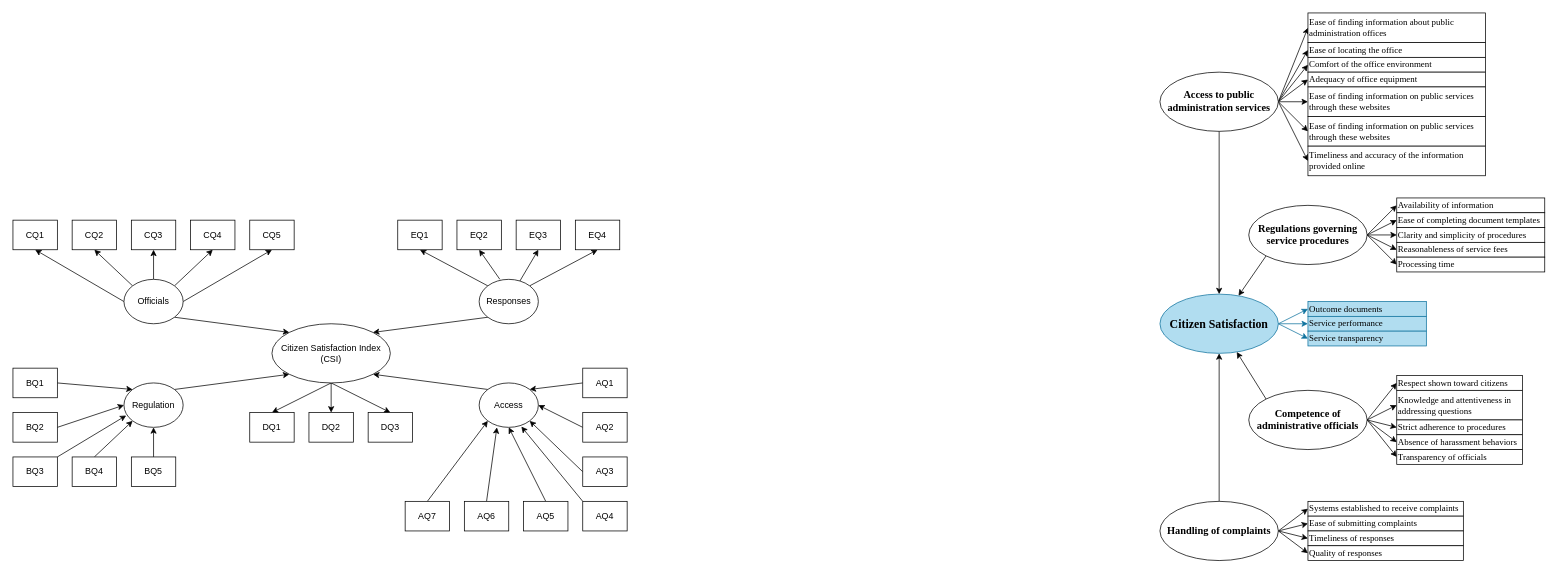
Before: r2.drawio in hnks-gh/draw.io, a draw.io diagram. Source tidied: cells renumbered, new cells numbered last; positions are measured from the earlier drawing's top-left corner, leaving out a move shared by most shapes. Both pictures are drawn from the tidied source at 74%, with x=0, y=0 at pixel (13, 13).
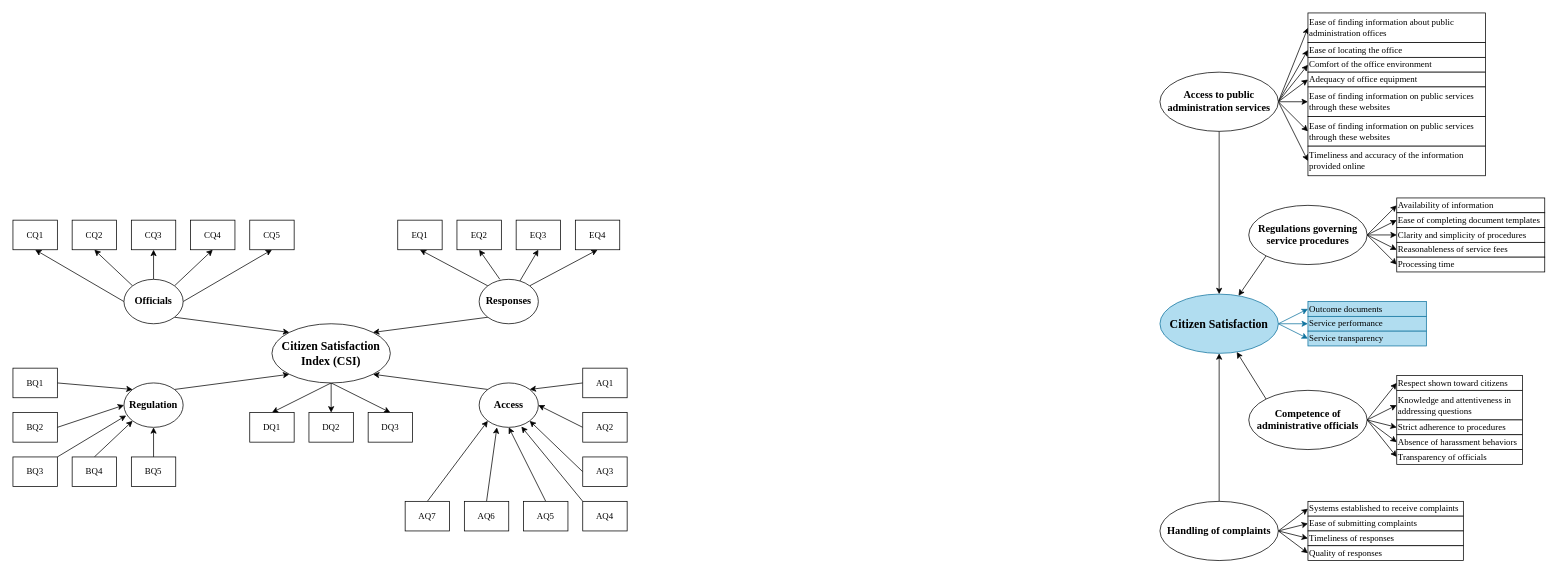
The same page after the edit.

Diff of the diagram source:
```diff
@@
-    <mxCell id="2" style="rounded=0;jettySize=auto;html=1;exitX=0.5;exitY=1;exitDx=0;exitDy=0;entryX=0.5;entryY=0;entryDx=0;entryDy=0;" parent="1" edge="1" source="5" target="23">
+    <mxCell id="2" style="rounded=0;jettySize=auto;html=1;exitX=0.5;exitY=1;exitDx=0;exitDy=0;entryX=0.5;entryY=0;entryDx=0;entryDy=0;fontFamily=Times New Roman;" parent="1" edge="1" source="5" target="23">
       <mxGeometry relative="1" as="geometry" />
     </mxCell>
-    <mxCell id="3" style="rounded=0;jettySize=auto;html=1;exitX=0.5;exitY=1;exitDx=0;exitDy=0;entryX=0.5;entryY=0;entryDx=0;entryDy=0;" parent="1" edge="1" source="5" target="24">
+    <mxCell id="3" style="rounded=0;jettySize=auto;html=1;exitX=0.5;exitY=1;exitDx=0;exitDy=0;entryX=0.5;entryY=0;entryDx=0;entryDy=0;fontFamily=Times New Roman;" parent="1" edge="1" source="5" target="24">
       <mxGeometry relative="1" as="geometry" />
     </mxCell>
-    <mxCell id="4" style="rounded=0;jettySize=auto;html=1;exitX=0.5;exitY=1;exitDx=0;exitDy=0;entryX=0.5;entryY=0;entryDx=0;entryDy=0;" parent="1" edge="1" source="5" target="25">
+    <mxCell id="4" style="rounded=0;jettySize=auto;html=1;exitX=0.5;exitY=1;exitDx=0;exitDy=0;entryX=0.5;entryY=0;entryDx=0;entryDy=0;fontFamily=Times New Roman;" parent="1" edge="1" source="5" target="25">
       <mxGeometry relative="1" as="geometry" />
     </mxCell>
-    <mxCell id="5" value="Citizen Satisfaction Index (CSI)" style="ellipse;whiteSpace=wrap;html=1;" parent="1" vertex="1">
+    <mxCell id="5" value="Citizen Satisfaction Index (CSI)" style="ellipse;whiteSpace=wrap;html=1;fontFamily=Times New Roman;fontStyle=1;fontSize=16;" parent="1" vertex="1">
       <mxGeometry x="350" y="420" width="160" height="80" as="geometry" />
     </mxCell>
-    <mxCell id="6" style="rounded=0;jettySize=auto;html=1;exitX=0;exitY=1;exitDx=0;exitDy=0;entryX=1;entryY=0;entryDx=0;entryDy=0;" parent="1" edge="1" source="11" target="5">
+    <mxCell id="6" style="rounded=0;jettySize=auto;html=1;exitX=0;exitY=1;exitDx=0;exitDy=0;entryX=1;entryY=0;entryDx=0;entryDy=0;fontFamily=Times New Roman;" parent="1" edge="1" source="11" target="5">
       <mxGeometry relative="1" as="geometry" />
     </mxCell>
-    <mxCell id="7" style="rounded=0;jettySize=auto;html=1;exitX=0;exitY=0;exitDx=0;exitDy=0;entryX=0.5;entryY=1;entryDx=0;entryDy=0;" parent="1" edge="1" source="11" target="31">
+    <mxCell id="7" style="rounded=0;jettySize=auto;html=1;exitX=0;exitY=0;exitDx=0;exitDy=0;entryX=0.5;entryY=1;entryDx=0;entryDy=0;fontFamily=Times New Roman;" parent="1" edge="1" source="11" target="31">
       <mxGeometry relative="1" as="geometry" />
     </mxCell>
-    <mxCell id="8" style="rounded=0;jettySize=auto;html=1;exitX=0.35;exitY=0;exitDx=0;exitDy=0;entryX=0.5;entryY=1;entryDx=0;entryDy=0;exitPerimeter=0;" parent="1" edge="1" source="11" target="32">
+    <mxCell id="8" style="rounded=0;jettySize=auto;html=1;exitX=0.35;exitY=0;exitDx=0;exitDy=0;entryX=0.5;entryY=1;entryDx=0;entryDy=0;exitPerimeter=0;fontFamily=Times New Roman;" parent="1" edge="1" source="11" target="32">
       <mxGeometry relative="1" as="geometry" />
     </mxCell>
-    <mxCell id="9" style="rounded=0;jettySize=auto;html=1;exitX=0.675;exitY=0.067;exitDx=0;exitDy=0;entryX=0.5;entryY=1;entryDx=0;entryDy=0;exitPerimeter=0;" parent="1" edge="1" source="11" target="33">
+    <mxCell id="9" style="rounded=0;jettySize=auto;html=1;exitX=0.675;exitY=0.067;exitDx=0;exitDy=0;entryX=0.5;entryY=1;entryDx=0;entryDy=0;exitPerimeter=0;fontFamily=Times New Roman;" parent="1" edge="1" source="11" target="33">
       <mxGeometry relative="1" as="geometry" />
     </mxCell>
-    <mxCell id="10" style="rounded=0;jettySize=auto;html=1;exitX=1;exitY=0;exitDx=0;exitDy=0;entryX=0.5;entryY=1;entryDx=0;entryDy=0;" parent="1" edge="1" source="11" target="34">
+    <mxCell id="10" style="rounded=0;jettySize=auto;html=1;exitX=1;exitY=0;exitDx=0;exitDy=0;entryX=0.5;entryY=1;entryDx=0;entryDy=0;fontFamily=Times New Roman;" parent="1" edge="1" source="11" target="34">
       <mxGeometry relative="1" as="geometry" />
     </mxCell>
-    <mxCell id="11" value="Responses" style="ellipse;whiteSpace=wrap;html=1;" parent="1" vertex="1">
+    <mxCell id="11" value="Responses" style="ellipse;whiteSpace=wrap;html=1;fontFamily=Times New Roman;fontStyle=1;fontSize=14;" parent="1" vertex="1">
       <mxGeometry x="630" y="360" width="80" height="60" as="geometry" />
     </mxCell>
-    <mxCell id="12" style="rounded=0;jettySize=auto;html=1;exitX=0;exitY=0;exitDx=0;exitDy=0;entryX=1;entryY=1;entryDx=0;entryDy=0;" parent="1" edge="1" source="13" target="5">
+    <mxCell id="12" style="rounded=0;jettySize=auto;html=1;exitX=0;exitY=0;exitDx=0;exitDy=0;entryX=1;entryY=1;entryDx=0;entryDy=0;fontFamily=Times New Roman;" parent="1" edge="1" source="13" target="5">
       <mxGeometry relative="1" as="geometry" />
     </mxCell>
-    <mxCell id="13" value="Access" style="ellipse;whiteSpace=wrap;html=1;" parent="1" vertex="1">
+    <mxCell id="13" value="Access" style="ellipse;whiteSpace=wrap;html=1;fontFamily=Times New Roman;fontStyle=1;fontSize=14;" parent="1" vertex="1">
       <mxGeometry x="630" y="500" width="80" height="60" as="geometry" />
     </mxCell>
-    <mxCell id="14" style="rounded=0;jettySize=auto;html=1;exitX=1;exitY=0;exitDx=0;exitDy=0;entryX=0;entryY=1;entryDx=0;entryDy=0;" parent="1" edge="1" source="15" target="5">
+    <mxCell id="14" style="rounded=0;jettySize=auto;html=1;exitX=1;exitY=0;exitDx=0;exitDy=0;entryX=0;entryY=1;entryDx=0;entryDy=0;fontFamily=Times New Roman;" parent="1" edge="1" source="15" target="5">
       <mxGeometry relative="1" as="geometry" />
     </mxCell>
-    <mxCell id="15" value="Regulation" style="ellipse;whiteSpace=wrap;html=1;" parent="1" vertex="1">
+    <mxCell id="15" value="Regulation" style="ellipse;whiteSpace=wrap;html=1;fontFamily=Times New Roman;fontStyle=1;fontSize=14;" parent="1" vertex="1">
       <mxGeometry x="150" y="500" width="80" height="60" as="geometry" />
     </mxCell>
-    <mxCell id="16" style="rounded=0;jettySize=auto;html=1;exitX=1;exitY=1;exitDx=0;exitDy=0;entryX=0;entryY=0;entryDx=0;entryDy=0;" parent="1" edge="1" source="22" target="5">
+    <mxCell id="16" style="rounded=0;jettySize=auto;html=1;exitX=1;exitY=1;exitDx=0;exitDy=0;entryX=0;entryY=0;entryDx=0;entryDy=0;fontFamily=Times New Roman;" parent="1" edge="1" source="22" target="5">
       <mxGeometry relative="1" as="geometry" />
     </mxCell>
-    <mxCell id="17" style="rounded=0;jettySize=auto;html=1;exitX=0;exitY=0.5;exitDx=0;exitDy=0;entryX=0.5;entryY=1;entryDx=0;entryDy=0;" parent="1" edge="1" source="22" target="26">
+    <mxCell id="17" style="rounded=0;jettySize=auto;html=1;exitX=0;exitY=0.5;exitDx=0;exitDy=0;entryX=0.5;entryY=1;entryDx=0;entryDy=0;fontFamily=Times New Roman;" parent="1" edge="1" source="22" target="26">
       <mxGeometry relative="1" as="geometry" />
     </mxCell>
-    <mxCell id="18" style="rounded=0;jettySize=auto;html=1;exitX=0;exitY=0;exitDx=0;exitDy=0;entryX=0.5;entryY=1;entryDx=0;entryDy=0;" parent="1" edge="1" source="22" target="27">
+    <mxCell id="18" style="rounded=0;jettySize=auto;html=1;exitX=0;exitY=0;exitDx=0;exitDy=0;entryX=0.5;entryY=1;entryDx=0;entryDy=0;fontFamily=Times New Roman;" parent="1" edge="1" source="22" target="27">
       <mxGeometry relative="1" as="geometry" />
     </mxCell>
-    <mxCell id="19" style="rounded=0;jettySize=auto;html=1;exitX=0.5;exitY=0;exitDx=0;exitDy=0;entryX=0.5;entryY=1;entryDx=0;entryDy=0;" parent="1" edge="1" source="22" target="28">
+    <mxCell id="19" style="rounded=0;jettySize=auto;html=1;exitX=0.5;exitY=0;exitDx=0;exitDy=0;entryX=0.5;entryY=1;entryDx=0;entryDy=0;fontFamily=Times New Roman;" parent="1" edge="1" source="22" target="28">
       <mxGeometry relative="1" as="geometry" />
     </mxCell>
-    <mxCell id="20" style="rounded=0;jettySize=auto;html=1;exitX=1;exitY=0;exitDx=0;exitDy=0;entryX=0.5;entryY=1;entryDx=0;entryDy=0;" parent="1" edge="1" source="22" target="29">
+    <mxCell id="20" style="rounded=0;jettySize=auto;html=1;exitX=1;exitY=0;exitDx=0;exitDy=0;entryX=0.5;entryY=1;entryDx=0;entryDy=0;fontFamily=Times New Roman;" parent="1" edge="1" source="22" target="29">
       <mxGeometry relative="1" as="geometry" />
     </mxCell>
-    <mxCell id="21" style="rounded=0;jettySize=auto;html=1;exitX=1;exitY=0.5;exitDx=0;exitDy=0;entryX=0.5;entryY=1;entryDx=0;entryDy=0;" parent="1" edge="1" source="22" target="30">
+    <mxCell id="21" style="rounded=0;jettySize=auto;html=1;exitX=1;exitY=0.5;exitDx=0;exitDy=0;entryX=0.5;entryY=1;entryDx=0;entryDy=0;fontFamily=Times New Roman;" parent="1" edge="1" source="22" target="30">
       <mxGeometry relative="1" as="geometry" />
     </mxCell>
-    <mxCell id="22" value="Officials" style="ellipse;whiteSpace=wrap;html=1;" parent="1" vertex="1">
+    <mxCell id="22" value="Officials" style="ellipse;whiteSpace=wrap;html=1;fontFamily=Times New Roman;fontStyle=1;fontSize=14;" parent="1" vertex="1">
       <mxGeometry x="150" y="360" width="80" height="60" as="geometry" />
     </mxCell>
-    <mxCell id="23" value="DQ1" style="rounded=0;whiteSpace=wrap;html=1;" parent="1" vertex="1">
+    <mxCell id="23" value="DQ1" style="rounded=0;whiteSpace=wrap;html=1;fontFamily=Times New Roman;" parent="1" vertex="1">
       <mxGeometry x="320" y="540" width="60" height="40" as="geometry" />
     </mxCell>
-    <mxCell id="24" value="DQ2" style="rounded=0;whiteSpace=wrap;html=1;" parent="1" vertex="1">
+    <mxCell id="24" value="DQ2" style="rounded=0;whiteSpace=wrap;html=1;fontFamily=Times New Roman;" parent="1" vertex="1">
       <mxGeometry x="400" y="540" width="60" height="40" as="geometry" />
     </mxCell>
-    <mxCell id="25" value="DQ3" style="rounded=0;whiteSpace=wrap;html=1;" parent="1" vertex="1">
+    <mxCell id="25" value="DQ3" style="rounded=0;whiteSpace=wrap;html=1;fontFamily=Times New Roman;" parent="1" vertex="1">
       <mxGeometry x="480" y="540" width="60" height="40" as="geometry" />
     </mxCell>
-    <mxCell id="26" value="CQ1" style="rounded=0;whiteSpace=wrap;html=1;" parent="1" vertex="1">
+    <mxCell id="26" value="CQ1" style="rounded=0;whiteSpace=wrap;html=1;fontFamily=Times New Roman;" parent="1" vertex="1">
       <mxGeometry y="280" width="60" height="40" as="geometry" />
     </mxCell>
-    <mxCell id="27" value="CQ2" style="rounded=0;whiteSpace=wrap;html=1;" parent="1" vertex="1">
+    <mxCell id="27" value="CQ2" style="rounded=0;whiteSpace=wrap;html=1;fontFamily=Times New Roman;" parent="1" vertex="1">
       <mxGeometry x="80" y="280" width="60" height="40" as="geometry" />
     </mxCell>
-    <mxCell id="28" value="CQ3" style="rounded=0;whiteSpace=wrap;html=1;" parent="1" vertex="1">
+    <mxCell id="28" value="CQ3" style="rounded=0;whiteSpace=wrap;html=1;fontFamily=Times New Roman;" parent="1" vertex="1">
       <mxGeometry x="160" y="280" width="60" height="40" as="geometry" />
     </mxCell>
-    <mxCell id="29" value="CQ4" style="rounded=0;whiteSpace=wrap;html=1;" parent="1" vertex="1">
+    <mxCell id="29" value="CQ4" style="rounded=0;whiteSpace=wrap;html=1;fontFamily=Times New Roman;" parent="1" vertex="1">
       <mxGeometry x="240" y="280" width="60" height="40" as="geometry" />
     </mxCell>
-    <mxCell id="30" value="CQ5" style="rounded=0;whiteSpace=wrap;html=1;" parent="1" vertex="1">
+    <mxCell id="30" value="CQ5" style="rounded=0;whiteSpace=wrap;html=1;fontFamily=Times New Roman;" parent="1" vertex="1">
       <mxGeometry x="320" y="280" width="60" height="40" as="geometry" />
     </mxCell>
-    <mxCell id="31" value="EQ1" style="rounded=0;whiteSpace=wrap;html=1;" parent="1" vertex="1">
+    <mxCell id="31" value="EQ1" style="rounded=0;whiteSpace=wrap;html=1;fontFamily=Times New Roman;" parent="1" vertex="1">
       <mxGeometry x="520" y="280" width="60" height="40" as="geometry" />
     </mxCell>
-    <mxCell id="32" value="EQ2" style="rounded=0;whiteSpace=wrap;html=1;" parent="1" vertex="1">
+    <mxCell id="32" value="EQ2" style="rounded=0;whiteSpace=wrap;html=1;fontFamily=Times New Roman;" parent="1" vertex="1">
       <mxGeometry x="600" y="280" width="60" height="40" as="geometry" />
     </mxCell>
-    <mxCell id="33" value="EQ3" style="rounded=0;whiteSpace=wrap;html=1;" parent="1" vertex="1">
+    <mxCell id="33" value="EQ3" style="rounded=0;whiteSpace=wrap;html=1;fontFamily=Times New Roman;" parent="1" vertex="1">
       <mxGeometry x="680" y="280" width="60" height="40" as="geometry" />
     </mxCell>
-    <mxCell id="34" value="EQ4" style="rounded=0;whiteSpace=wrap;html=1;" parent="1" vertex="1">
+    <mxCell id="34" value="EQ4" style="rounded=0;whiteSpace=wrap;html=1;fontFamily=Times New Roman;" parent="1" vertex="1">
       <mxGeometry x="760" y="280" width="60" height="40" as="geometry" />
     </mxCell>
-    <mxCell id="35" style="rounded=0;jettySize=auto;html=1;exitX=1;exitY=0.5;exitDx=0;exitDy=0;entryX=0;entryY=0;entryDx=0;entryDy=0;" parent="1" edge="1" source="36" target="15">
+    <mxCell id="35" style="rounded=0;jettySize=auto;html=1;exitX=1;exitY=0.5;exitDx=0;exitDy=0;entryX=0;entryY=0;entryDx=0;entryDy=0;fontFamily=Times New Roman;" parent="1" edge="1" source="36" target="15">
       <mxGeometry relative="1" as="geometry" />
     </mxCell>
-    <mxCell id="36" value="BQ1" style="rounded=0;whiteSpace=wrap;html=1;" parent="1" vertex="1">
+    <mxCell id="36" value="BQ1" style="rounded=0;whiteSpace=wrap;html=1;fontFamily=Times New Roman;" parent="1" vertex="1">
       <mxGeometry y="480" width="60" height="40" as="geometry" />
     </mxCell>
-    <mxCell id="37" style="rounded=0;jettySize=auto;html=1;exitX=1;exitY=0.5;exitDx=0;exitDy=0;entryX=0;entryY=0.5;entryDx=0;entryDy=0;" parent="1" edge="1" source="38" target="15">
+    <mxCell id="37" style="rounded=0;jettySize=auto;html=1;exitX=1;exitY=0.5;exitDx=0;exitDy=0;entryX=0;entryY=0.5;entryDx=0;entryDy=0;fontFamily=Times New Roman;" parent="1" edge="1" source="38" target="15">
       <mxGeometry relative="1" as="geometry" />
     </mxCell>
-    <mxCell id="38" value="BQ2" style="rounded=0;whiteSpace=wrap;html=1;" parent="1" vertex="1">
+    <mxCell id="38" value="BQ2" style="rounded=0;whiteSpace=wrap;html=1;fontFamily=Times New Roman;" parent="1" vertex="1">
       <mxGeometry y="540" width="60" height="40" as="geometry" />
     </mxCell>
-    <mxCell id="39" style="rounded=0;jettySize=auto;html=1;exitX=1;exitY=0;exitDx=0;exitDy=0;entryX=0.038;entryY=0.733;entryDx=0;entryDy=0;entryPerimeter=0;" parent="1" edge="1" source="40" target="15">
+    <mxCell id="39" style="rounded=0;jettySize=auto;html=1;exitX=1;exitY=0;exitDx=0;exitDy=0;entryX=0.038;entryY=0.733;entryDx=0;entryDy=0;entryPerimeter=0;fontFamily=Times New Roman;" parent="1" edge="1" source="40" target="15">
       <mxGeometry relative="1" as="geometry" />
     </mxCell>
-    <mxCell id="40" value="BQ3" style="rounded=0;whiteSpace=wrap;html=1;" parent="1" vertex="1">
+    <mxCell id="40" value="BQ3" style="rounded=0;whiteSpace=wrap;html=1;fontFamily=Times New Roman;" parent="1" vertex="1">
       <mxGeometry y="600" width="60" height="40" as="geometry" />
     </mxCell>
-    <mxCell id="41" style="rounded=0;jettySize=auto;html=1;exitX=0.5;exitY=0;exitDx=0;exitDy=0;entryX=0;entryY=1;entryDx=0;entryDy=0;" parent="1" edge="1" source="42" target="15">
+    <mxCell id="41" style="rounded=0;jettySize=auto;html=1;exitX=0.5;exitY=0;exitDx=0;exitDy=0;entryX=0;entryY=1;entryDx=0;entryDy=0;fontFamily=Times New Roman;" parent="1" edge="1" source="42" target="15">
       <mxGeometry relative="1" as="geometry" />
     </mxCell>
-    <mxCell id="42" value="BQ4" style="rounded=0;whiteSpace=wrap;html=1;" parent="1" vertex="1">
+    <mxCell id="42" value="BQ4" style="rounded=0;whiteSpace=wrap;html=1;fontFamily=Times New Roman;" parent="1" vertex="1">
       <mxGeometry x="80" y="600" width="60" height="40" as="geometry" />
     </mxCell>
-    <mxCell id="43" style="rounded=0;jettySize=auto;html=1;exitX=0.5;exitY=0;exitDx=0;exitDy=0;entryX=0.5;entryY=1;entryDx=0;entryDy=0;" parent="1" edge="1" source="44" target="15">
+    <mxCell id="43" style="rounded=0;jettySize=auto;html=1;exitX=0.5;exitY=0;exitDx=0;exitDy=0;entryX=0.5;entryY=1;entryDx=0;entryDy=0;fontFamily=Times New Roman;" parent="1" edge="1" source="44" target="15">
       <mxGeometry relative="1" as="geometry" />
     </mxCell>
-    <mxCell id="44" value="BQ5" style="rounded=0;whiteSpace=wrap;html=1;" parent="1" vertex="1">
+    <mxCell id="44" value="BQ5" style="rounded=0;whiteSpace=wrap;html=1;fontFamily=Times New Roman;" parent="1" vertex="1">
       <mxGeometry x="160" y="600" width="60" height="40" as="geometry" />
     </mxCell>
-    <mxCell id="45" style="rounded=0;jettySize=auto;html=1;exitX=0;exitY=0.5;exitDx=0;exitDy=0;entryX=1;entryY=0;entryDx=0;entryDy=0;" parent="1" edge="1" source="46" target="13">
+    <mxCell id="45" style="rounded=0;jettySize=auto;html=1;exitX=0;exitY=0.5;exitDx=0;exitDy=0;entryX=1;entryY=0;entryDx=0;entryDy=0;fontFamily=Times New Roman;" parent="1" edge="1" source="46" target="13">
       <mxGeometry relative="1" as="geometry" />
     </mxCell>
-    <mxCell id="46" value="AQ1" style="rounded=0;whiteSpace=wrap;html=1;" parent="1" vertex="1">
+    <mxCell id="46" value="AQ1" style="rounded=0;whiteSpace=wrap;html=1;fontFamily=Times New Roman;" parent="1" vertex="1">
       <mxGeometry x="770" y="480" width="60" height="40" as="geometry" />
     </mxCell>
-    <mxCell id="47" style="rounded=0;jettySize=auto;html=1;exitX=0;exitY=0.5;exitDx=0;exitDy=0;entryX=1;entryY=0.5;entryDx=0;entryDy=0;" parent="1" edge="1" source="48" target="13">
+    <mxCell id="47" style="rounded=0;jettySize=auto;html=1;exitX=0;exitY=0.5;exitDx=0;exitDy=0;entryX=1;entryY=0.5;entryDx=0;entryDy=0;fontFamily=Times New Roman;" parent="1" edge="1" source="48" target="13">
       <mxGeometry relative="1" as="geometry" />
     </mxCell>
-    <mxCell id="48" value="AQ2" style="rounded=0;whiteSpace=wrap;html=1;" parent="1" vertex="1">
+    <mxCell id="48" value="AQ2" style="rounded=0;whiteSpace=wrap;html=1;fontFamily=Times New Roman;" parent="1" vertex="1">
       <mxGeometry x="770" y="540" width="60" height="40" as="geometry" />
     </mxCell>
-    <mxCell id="49" style="rounded=0;jettySize=auto;html=1;exitX=0;exitY=0.5;exitDx=0;exitDy=0;entryX=1;entryY=1;entryDx=0;entryDy=0;" parent="1" edge="1" source="50" target="13">
+    <mxCell id="49" style="rounded=0;jettySize=auto;html=1;exitX=0;exitY=0.5;exitDx=0;exitDy=0;entryX=1;entryY=1;entryDx=0;entryDy=0;fontFamily=Times New Roman;" parent="1" edge="1" source="50" target="13">
       <mxGeometry relative="1" as="geometry" />
     </mxCell>
-    <mxCell id="50" value="AQ3" style="rounded=0;whiteSpace=wrap;html=1;" parent="1" vertex="1">
+    <mxCell id="50" value="AQ3" style="rounded=0;whiteSpace=wrap;html=1;fontFamily=Times New Roman;" parent="1" vertex="1">
       <mxGeometry x="770" y="600" width="60" height="40" as="geometry" />
     </mxCell>
-    <mxCell id="51" style="rounded=0;jettySize=auto;html=1;exitX=0;exitY=0;exitDx=0;exitDy=0;entryX=0.713;entryY=0.983;entryDx=0;entryDy=0;entryPerimeter=0;" parent="1" edge="1" source="52" target="13">
+    <mxCell id="51" style="rounded=0;jettySize=auto;html=1;exitX=0;exitY=0;exitDx=0;exitDy=0;entryX=0.713;entryY=0.983;entryDx=0;entryDy=0;entryPerimeter=0;fontFamily=Times New Roman;" parent="1" edge="1" source="52" target="13">
       <mxGeometry relative="1" as="geometry" />
     </mxCell>
-    <mxCell id="52" value="AQ4" style="rounded=0;whiteSpace=wrap;html=1;" parent="1" vertex="1">
+    <mxCell id="52" value="AQ4" style="rounded=0;whiteSpace=wrap;html=1;fontFamily=Times New Roman;" parent="1" vertex="1">
       <mxGeometry x="770" y="660" width="60" height="40" as="geometry" />
     </mxCell>
-    <mxCell id="53" style="rounded=0;jettySize=auto;html=1;exitX=0.5;exitY=0;exitDx=0;exitDy=0;entryX=0.5;entryY=1;entryDx=0;entryDy=0;" parent="1" edge="1" source="54" target="13">
+    <mxCell id="53" style="rounded=0;jettySize=auto;html=1;exitX=0.5;exitY=0;exitDx=0;exitDy=0;entryX=0.5;entryY=1;entryDx=0;entryDy=0;fontFamily=Times New Roman;" parent="1" edge="1" source="54" target="13">
       <mxGeometry relative="1" as="geometry" />
     </mxCell>
-    <mxCell id="54" value="AQ5" style="rounded=0;whiteSpace=wrap;html=1;" parent="1" vertex="1">
+    <mxCell id="54" value="AQ5" style="rounded=0;whiteSpace=wrap;html=1;fontFamily=Times New Roman;" parent="1" vertex="1">
       <mxGeometry x="690" y="660" width="60" height="40" as="geometry" />
     </mxCell>
-    <mxCell id="55" style="rounded=0;jettySize=auto;html=1;exitX=0.5;exitY=0;exitDx=0;exitDy=0;entryX=0.3;entryY=1;entryDx=0;entryDy=0;entryPerimeter=0;" parent="1" edge="1" source="56" target="13">
+    <mxCell id="55" style="rounded=0;jettySize=auto;html=1;exitX=0.5;exitY=0;exitDx=0;exitDy=0;entryX=0.3;entryY=1;entryDx=0;entryDy=0;entryPerimeter=0;fontFamily=Times New Roman;" parent="1" edge="1" source="56" target="13">
       <mxGeometry relative="1" as="geometry" />
     </mxCell>
-    <mxCell id="56" value="AQ6" style="rounded=0;whiteSpace=wrap;html=1;" parent="1" vertex="1">
+    <mxCell id="56" value="AQ6" style="rounded=0;whiteSpace=wrap;html=1;fontFamily=Times New Roman;" parent="1" vertex="1">
       <mxGeometry x="610" y="660" width="60" height="40" as="geometry" />
     </mxCell>
-    <mxCell id="57" style="rounded=0;jettySize=auto;html=1;exitX=0.5;exitY=0;exitDx=0;exitDy=0;entryX=0;entryY=1;entryDx=0;entryDy=0;" parent="1" edge="1" source="58" target="13">
+    <mxCell id="57" style="rounded=0;jettySize=auto;html=1;exitX=0.5;exitY=0;exitDx=0;exitDy=0;entryX=0;entryY=1;entryDx=0;entryDy=0;fontFamily=Times New Roman;" parent="1" edge="1" source="58" target="13">
       <mxGeometry relative="1" as="geometry" />
     </mxCell>
-    <mxCell id="58" value="AQ7" style="rounded=0;whiteSpace=wrap;html=1;" parent="1" vertex="1">
+    <mxCell id="58" value="AQ7" style="rounded=0;whiteSpace=wrap;html=1;fontFamily=Times New Roman;" parent="1" vertex="1">
       <mxGeometry x="530" y="660" width="60" height="40" as="geometry" />
     </mxCell>
```
